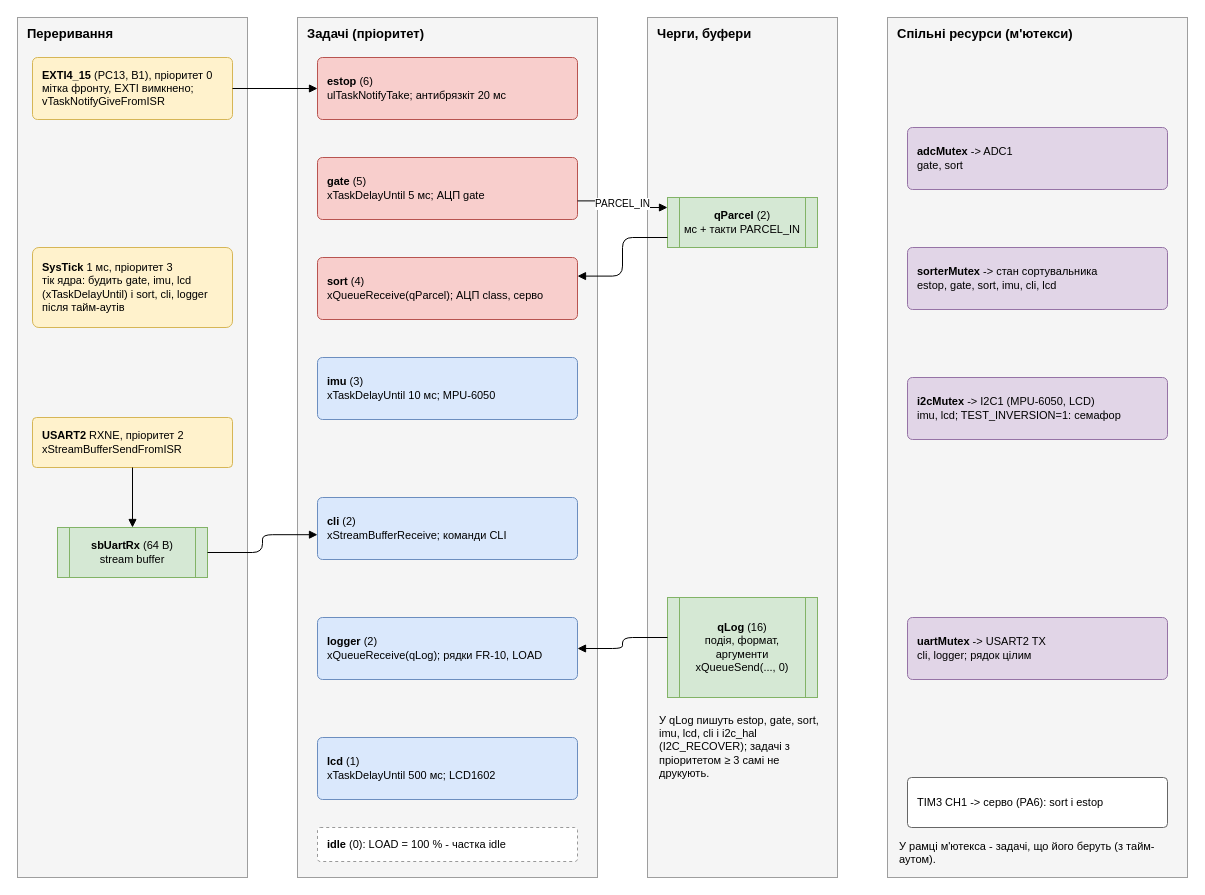
Earlier version of the draw.io diagram docs/lab_4/img/tasks.drawio (SPapor/lab1-stm32-sorter). Source tidied: cells renumbered, new cells numbered last; positions are measured from the earlier drawing's top-left corner, leaving out a move shared by most shapes. Both pictures are drawn from the tidied source at 100%, with x=0, y=0 at pixel (17, 17).
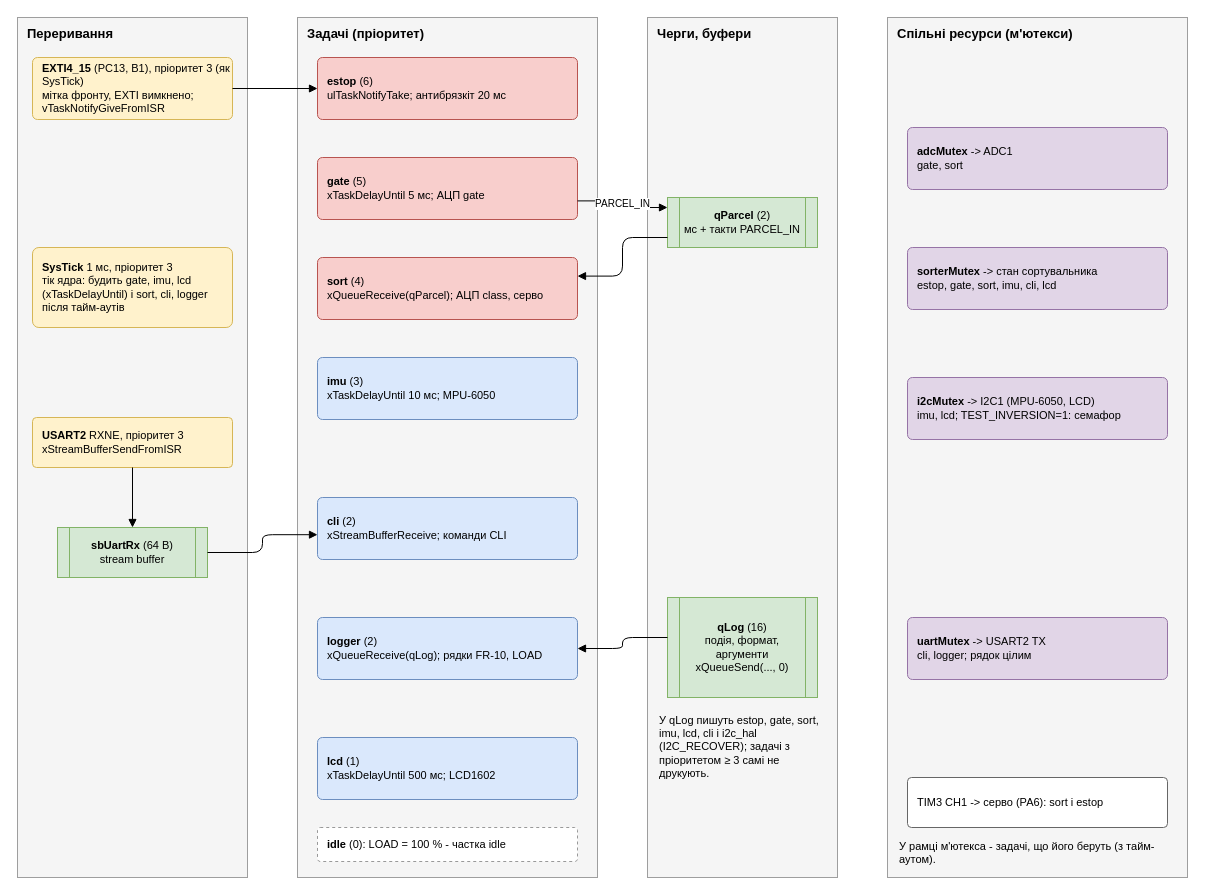
The same page after the edit.

The edit, as a diff of the source:
```diff
@@
-    <mxCell id="6" value="&lt;b&gt;EXTI4_15&lt;/b&gt; (PC13, B1), пріоритет 0&lt;br&gt;мітка фронту, EXTI вимкнено; vTaskNotifyGiveFromISR" style="rounded=1;arcSize=8;whiteSpace=wrap;html=1;align=left;spacingLeft=8;fontSize=11;fillColor=#fff2cc;strokeColor=#d6b656;" parent="1" vertex="1">
+    <mxCell id="6" value="&lt;b&gt;EXTI4_15&lt;/b&gt; (PC13, B1), пріоритет 3 (як SysTick)&lt;br&gt;мітка фронту, EXTI вимкнено; vTaskNotifyGiveFromISR" style="rounded=1;arcSize=8;whiteSpace=wrap;html=1;align=left;spacingLeft=8;fontSize=11;fillColor=#fff2cc;strokeColor=#d6b656;" parent="1" vertex="1">
       <mxGeometry x="15" y="40" width="200" height="62" as="geometry" />
     </mxCell>
@@
-    <mxCell id="8" value="&lt;b&gt;USART2&lt;/b&gt; RXNE, пріоритет 2&lt;br&gt;xStreamBufferSendFromISR" style="rounded=1;arcSize=8;whiteSpace=wrap;html=1;align=left;spacingLeft=8;fontSize=11;fillColor=#fff2cc;strokeColor=#d6b656;" parent="1" vertex="1">
+    <mxCell id="8" value="&lt;b&gt;USART2&lt;/b&gt; RXNE, пріоритет 3&lt;br&gt;xStreamBufferSendFromISR" style="rounded=1;arcSize=8;whiteSpace=wrap;html=1;align=left;spacingLeft=8;fontSize=11;fillColor=#fff2cc;strokeColor=#d6b656;" parent="1" vertex="1">
       <mxGeometry x="15" y="400" width="200" height="50" as="geometry" />
     </mxCell>
```
